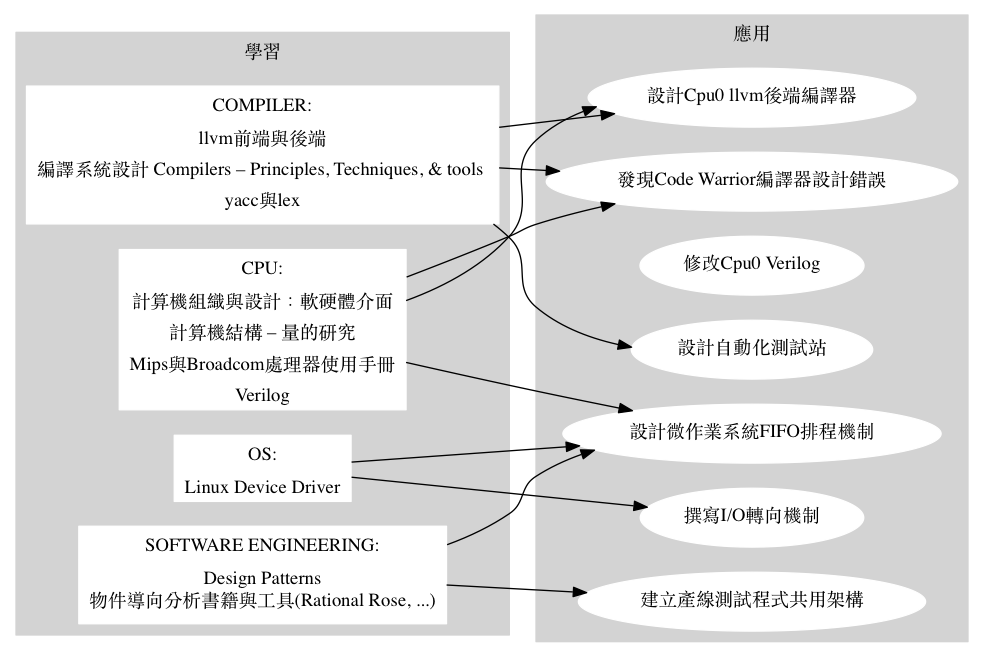
The Graphviz diagram images/study_and_apply_ch1.png in Jonathan2251/ws, before a commit. Its source is kept beside it as images/study_and_apply_ch1.gv.
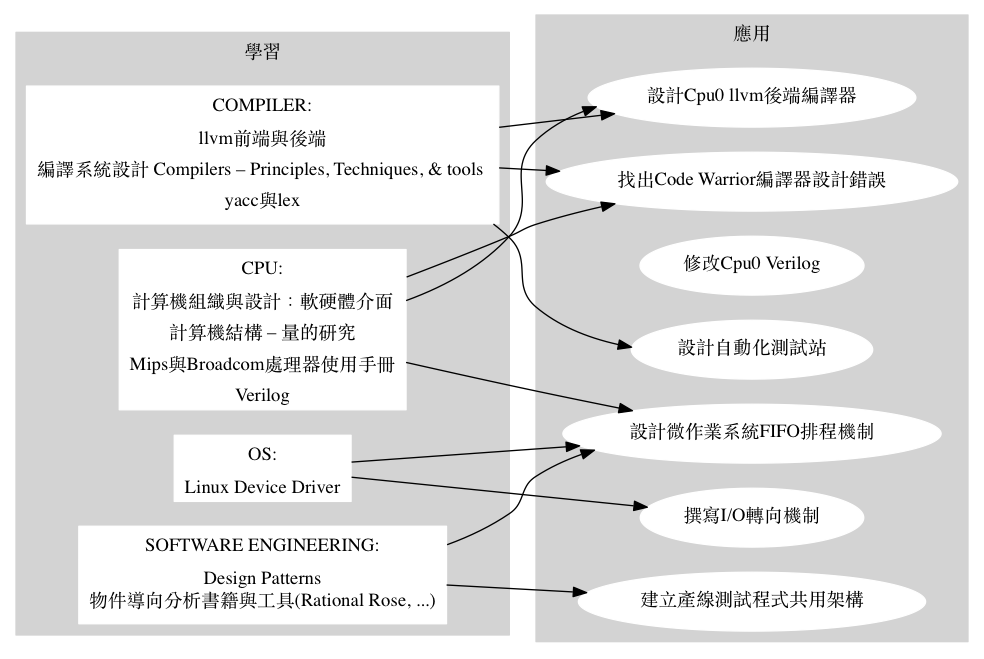
After the change.

Diff of the diagram source:
```diff
@@ -15,7 +15,7 @@
     style=filled;
     color=lightgrey;
     label = "應用";
-    node [style=filled,color=white]; codewarrior [label="發現Code Warrior編譯器設計錯誤"];
+    node [style=filled,color=white]; codewarrior [label="找出Code Warrior編譯器設計錯誤"];
     node [style=filled,color=white]; tinyos [label="設計微作業系統FIFO排程機制"];
     node [style=filled,color=white]; verilog [label="修改Cpu0 Verilog"];
     node [style=filled,color=white]; backend [label="設計Cpu0 llvm後端編譯器"];
```
